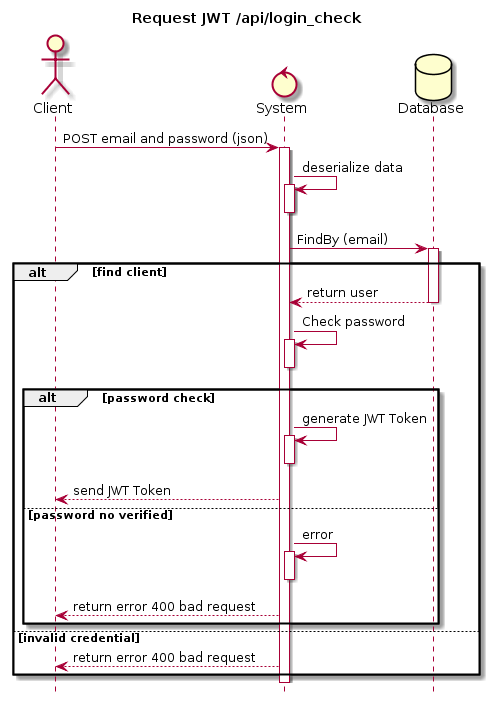
siggwer/Bilemo keeps this PlantUML diagram as docs/Uml/Diagram_sequences/Diagram_sequence_request_jwt_token.png. Above is the earlier version.
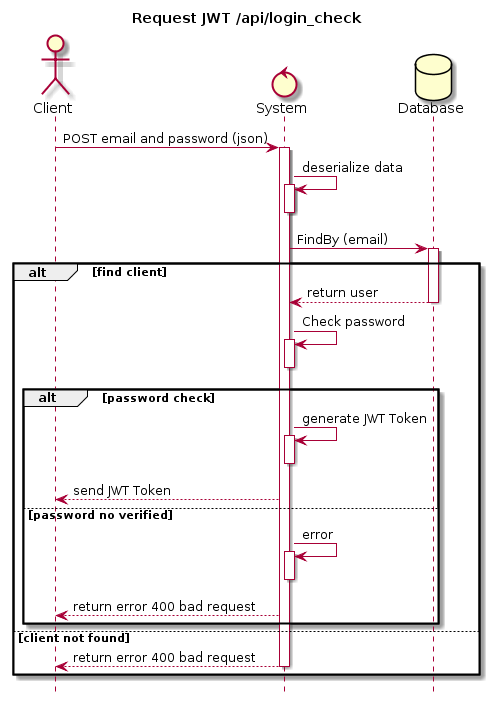
The same file after the commit.

Diff of the diagram source:
```diff
@@ -21,6 +21,7 @@
 System -> System : Check password
 activate System
 deactivate System
+
     alt password check
     System -> System : generate JWT Token
     activate System
@@ -32,7 +33,9 @@
     deactivate System
     System --> Client : return error 400 bad request
     end
-    else invalid credential
+    else client not found
     System --> Client: return error 400 bad request
+    deactivate System
+
 end
 @enduml
```
